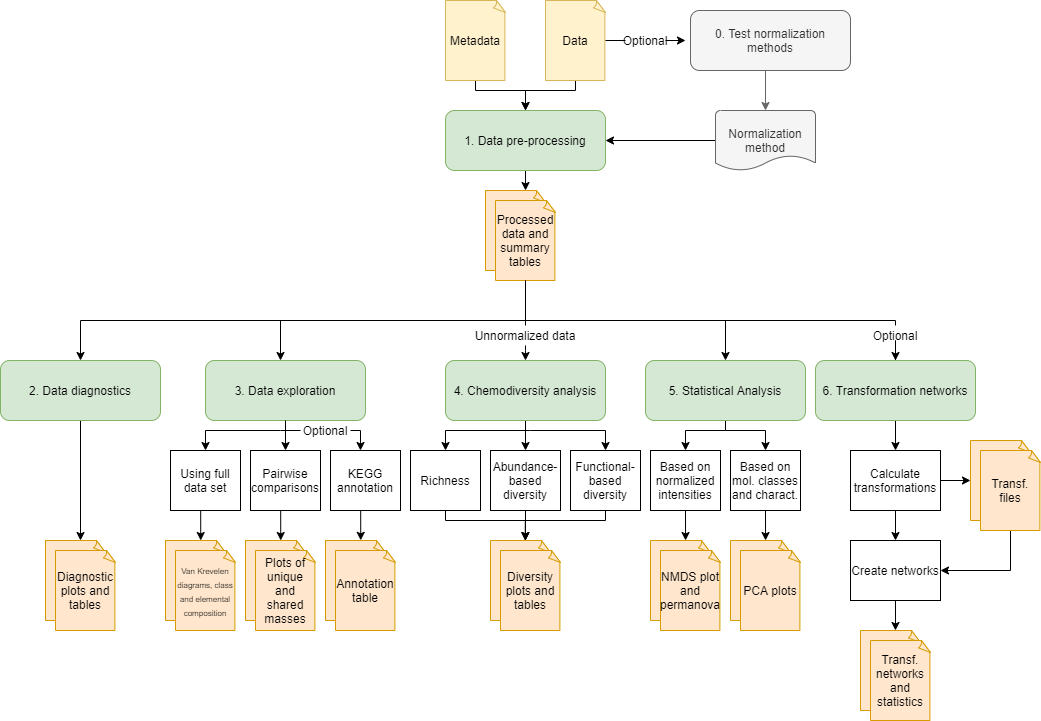
Before: docs/_images/pipeline_overview.png, a diagram exported from draw.io (Coayala/MetaboDirect). Source tidied: cells renumbered, new cells last; positions are measured from the earlier drawing's top-left corner, leaving out a move shared by most shapes.
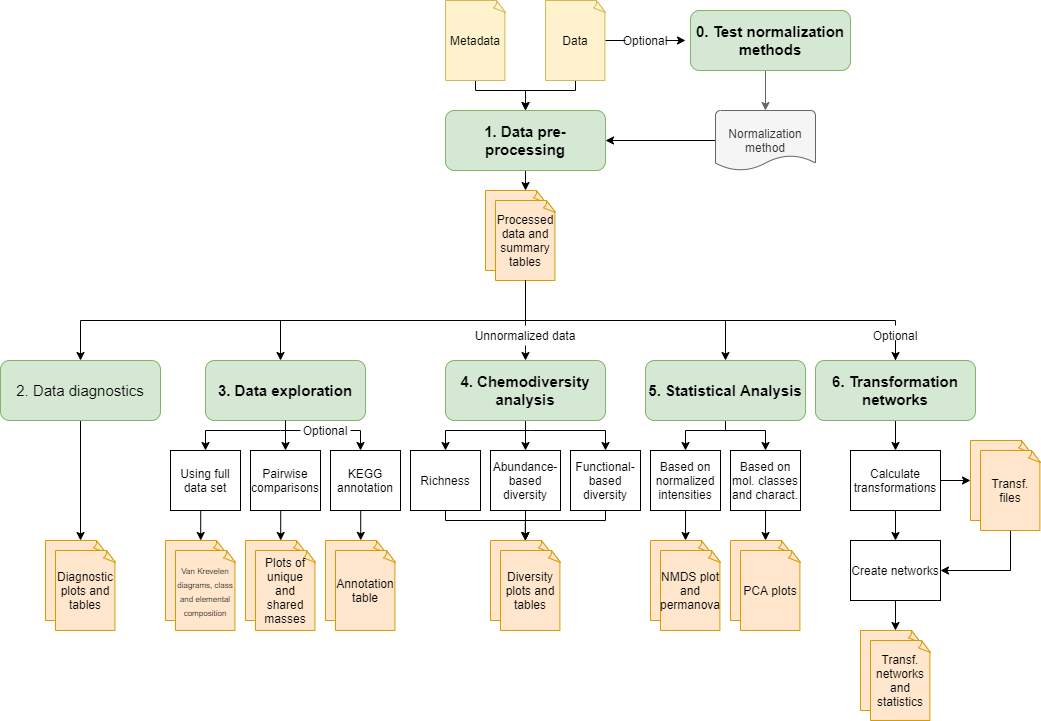
The same file after the commit.

Change to the diagram source:
```diff
@@ -39,7 +39,7 @@
     <mxCell id="9" style="edgeStyle=orthogonalEdgeStyle;rounded=0;jettySize=auto;html=1;exitX=0.5;exitY=1;exitDx=0;exitDy=0;entryX=0.667;entryY=0;entryDx=0;entryDy=0;entryPerimeter=0;" parent="1" edge="1" source="10" target="11">
       <mxGeometry relative="1" as="geometry" />
     </mxCell>
-    <mxCell id="10" value="1. Data pre-processing" style="rounded=1;whiteSpace=wrap;html=1;fillColor=#d5e8d4;strokeColor=#82b366;" parent="1" vertex="1">
+    <mxCell id="10" value="1. Data pre-processing" style="rounded=1;whiteSpace=wrap;html=1;fillColor=#d5e8d4;strokeColor=#82b366;fontSize=15;fontStyle=1;" parent="1" vertex="1">
       <mxGeometry x="445" y="110" width="160" height="60" as="geometry" />
     </mxCell>
     <mxCell id="11" style="whiteSpace=wrap;html=1;shape=mxgraph.basic.document;fillColor=#ffe6cc;strokeColor=#d79b00;" parent="1" vertex="1">
@@ -78,7 +78,7 @@
         <mxPoint x="80" y="540" as="targetPoint" />
       </mxGeometry>
     </mxCell>
-    <mxCell id="19" value="2. Data diagnostics" style="rounded=1;whiteSpace=wrap;html=1;fillColor=#d5e8d4;strokeColor=#82b366;" parent="1" vertex="1">
+    <mxCell id="19" value="2. Data diagnostics" style="rounded=1;whiteSpace=wrap;html=1;fillColor=#d5e8d4;strokeColor=#82b366;fontSize=15;" parent="1" vertex="1">
       <mxGeometry y="360" width="160" height="60" as="geometry" />
     </mxCell>
     <mxCell id="20" style="edgeStyle=orthogonalEdgeStyle;rounded=0;jettySize=auto;html=1;exitX=0.5;exitY=1;exitDx=0;exitDy=0;entryX=0.5;entryY=0;entryDx=0;entryDy=0;" parent="1" edge="1" source="23" target="50">
@@ -100,7 +100,7 @@
         </Array>
       </mxGeometry>
     </mxCell>
-    <mxCell id="23" value="3. Data exploration" style="rounded=1;whiteSpace=wrap;html=1;fillColor=#d5e8d4;strokeColor=#82b366;" parent="1" vertex="1">
+    <mxCell id="23" value="3. Data exploration" style="rounded=1;whiteSpace=wrap;html=1;fillColor=#d5e8d4;strokeColor=#82b366;fontSize=15;fontStyle=1;" parent="1" vertex="1">
       <mxGeometry x="205" y="360" width="160" height="60" as="geometry" />
     </mxCell>
     <mxCell id="24" style="edgeStyle=orthogonalEdgeStyle;rounded=0;jettySize=auto;html=1;exitX=0.5;exitY=1;exitDx=0;exitDy=0;entryX=0.5;entryY=0;entryDx=0;entryDy=0;" parent="1" edge="1" source="27" target="42">
@@ -122,7 +122,7 @@
         </Array>
       </mxGeometry>
     </mxCell>
-    <mxCell id="27" value="4. Chemodiversity analysis" style="rounded=1;whiteSpace=wrap;html=1;fillColor=#d5e8d4;strokeColor=#82b366;" parent="1" vertex="1">
+    <mxCell id="27" value="4. Chemodiversity analysis" style="rounded=1;whiteSpace=wrap;html=1;fillColor=#d5e8d4;strokeColor=#82b366;fontSize=15;fontStyle=1;" parent="1" vertex="1">
       <mxGeometry x="445" y="360" width="160" height="60" as="geometry" />
     </mxCell>
     <mxCell id="28" style="edgeStyle=orthogonalEdgeStyle;rounded=0;jettySize=auto;html=1;exitX=0.5;exitY=1;exitDx=0;exitDy=0;entryX=0.5;entryY=0;entryDx=0;entryDy=0;" parent="1" edge="1" source="30" target="62">
@@ -141,13 +141,13 @@
         </Array>
       </mxGeometry>
     </mxCell>
-    <mxCell id="30" value="5. Statistical Analysis&lt;span style=&quot;color: rgba(0 , 0 , 0 , 0) ; font-family: monospace ; font-size: 0px&quot;&gt;%3CmxGraphModel%3E%3Croot%3E%3CmxCell%20id%3D%220%22%2F%3E%3CmxCell%20id%3D%221%22%20parent%3D%220%22%2F%3E%3CmxCell%20id%3D%222%22%20value%3D%224.%20Chemodiversity%20analysis%22%20style%3D%22rounded%3D1%3BwhiteSpace%3Dwrap%3Bhtml%3D1%3B%22%20vertex%3D%221%22%20parent%3D%221%22%3E%3CmxGeometry%20x%3D%22560%22%20y%3D%22400%22%20width%3D%22160%22%20height%3D%2260%22%20as%3D%22geometry%22%2F%3E%3C%2FmxCell%3E%3C%2Froot%3E%3C%2FmxGraphModel%3E&lt;/span&gt;" style="rounded=1;whiteSpace=wrap;html=1;fillColor=#d5e8d4;strokeColor=#82b366;" parent="1" vertex="1">
+    <mxCell id="30" value="5. Statistical Analysis" style="rounded=1;whiteSpace=wrap;html=1;fillColor=#d5e8d4;strokeColor=#82b366;fontSize=15;fontStyle=1;" parent="1" vertex="1">
       <mxGeometry x="645" y="360" width="160" height="60" as="geometry" />
     </mxCell>
     <mxCell id="31" style="edgeStyle=orthogonalEdgeStyle;rounded=0;jettySize=auto;html=1;exitX=0.5;exitY=1;exitDx=0;exitDy=0;entryX=0.5;entryY=0;entryDx=0;entryDy=0;" parent="1" edge="1" source="32" target="75">
       <mxGeometry relative="1" as="geometry" />
     </mxCell>
-    <mxCell id="32" value="6. Transformation networks" style="rounded=1;whiteSpace=wrap;html=1;fillColor=#d5e8d4;strokeColor=#82b366;" parent="1" vertex="1">
+    <mxCell id="32" value="6. Transformation networks" style="rounded=1;whiteSpace=wrap;html=1;fillColor=#d5e8d4;strokeColor=#82b366;fontSize=15;fontStyle=1;" parent="1" vertex="1">
       <mxGeometry x="815" y="360" width="160" height="60" as="geometry" />
     </mxCell>
     <mxCell id="33" style="edgeStyle=orthogonalEdgeStyle;rounded=0;jettySize=auto;html=1;exitX=0.5;exitY=1;exitDx=0;exitDy=0;entryX=0.5;entryY=0;entryDx=0;entryDy=0;entryPerimeter=0;fillColor=#f5f5f5;strokeColor=#666666;" parent="1" edge="1" target="36">
@@ -155,7 +155,7 @@
         <mxPoint x="765" y="70" as="sourcePoint" />
       </mxGeometry>
     </mxCell>
-    <mxCell id="34" value="0. Test normalization methods" style="rounded=1;whiteSpace=wrap;html=1;fillColor=#f5f5f5;strokeColor=#666666;fontColor=#333333;" parent="1" vertex="1">
+    <mxCell id="34" value="0. Test normalization methods" style="rounded=1;whiteSpace=wrap;html=1;fillColor=#d5e8d4;strokeColor=#82b366;fontSize=15;fontStyle=1;" parent="1" vertex="1">
       <mxGeometry x="690" y="10" width="160" height="60" as="geometry" />
     </mxCell>
     <mxCell id="35" style="edgeStyle=orthogonalEdgeStyle;rounded=0;jettySize=auto;html=1;entryX=1;entryY=0.5;entryDx=0;entryDy=0;" parent="1" edge="1" source="36" target="10">
```
